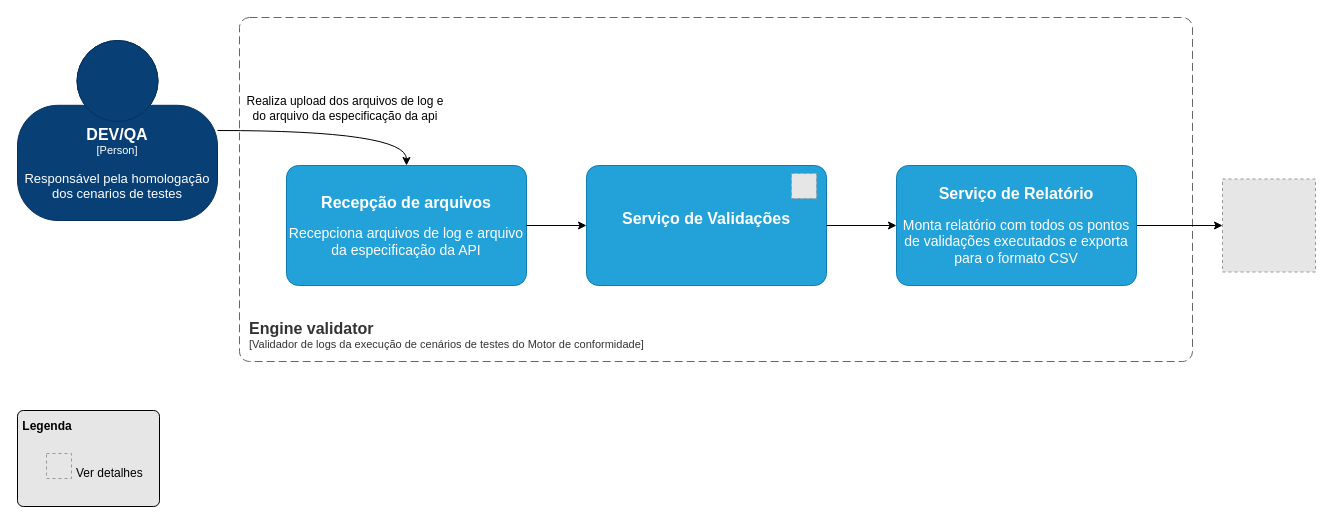
Above: page "Engine Validator" (2 of 7) of Engine Validator/diagram.drawio in andretrindade/diagrams (draw.io), before the change. Source tidied: cells renumbered, new cells numbered last; positions are measured from the earlier drawing's top-left corner, leaving out a move shared by most shapes. Both pictures are drawn from the tidied source at 100%, with x=0, y=0 at pixel (17, 17). Pictures stored in the file or linked from it are replaced by grey dashed boxes.
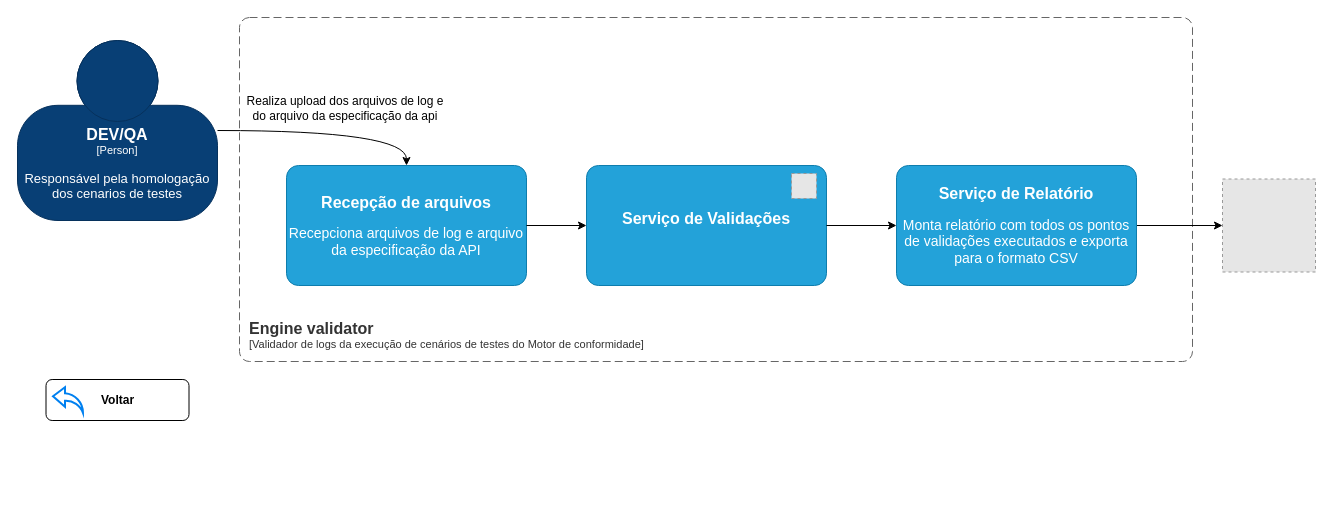
After the change.

Change to the diagram source:
```diff
@@
-    <mxCell id="2" style="rounded=1;whiteSpace=wrap;html=1;fillColor=#E6E6E6;arcSize=6;" parent="1" vertex="1">
-      <mxGeometry y="393" width="142" height="96" as="geometry" />
-    </mxCell>
@@
-    <mxCell id="15" style="fillColor=#E6E6E6;strokeColor=#999999;dashed=1;verticalLabelPosition=bottom;labelBackgroundColor=default;verticalAlign=top;" parent="1" vertex="1">
-      <mxGeometry x="29" y="436" width="25" height="25" as="geometry" />
-    </mxCell>
-    <mxCell id="16" value="Ver detalhes&amp;nbsp;" style="text;html=1;align=center;verticalAlign=middle;whiteSpace=wrap;rounded=0;" parent="1" vertex="1">
-      <mxGeometry x="50" y="442" width="88" height="28" as="geometry" />
-    </mxCell>
-    <mxCell id="17" value="Legenda" style="text;html=1;align=center;verticalAlign=middle;whiteSpace=wrap;rounded=0;fontStyle=1;" parent="1" vertex="1">
-      <mxGeometry y="394" width="60" height="30" as="geometry" />
-    </mxCell>
+    <mxCell id="18" value="Voltar" style="rounded=1;whiteSpace=wrap;html=1;fontStyle=1;" parent="1" vertex="1">
+      <mxGeometry x="28.5" y="362" width="143" height="41" as="geometry" />
+    </mxCell>
+    <mxCell id="19" style="html=1;verticalLabelPosition=bottom;align=center;labelBackgroundColor=#ffffff;verticalAlign=top;strokeWidth=2;strokeColor=#0080F0;shadow=0;dashed=0;shape=mxgraph.ios7.icons.back;" parent="1" vertex="1">
+      <mxGeometry x="35.5" y="369.8" width="30" height="25.5" as="geometry" />
+    </mxCell>
```
